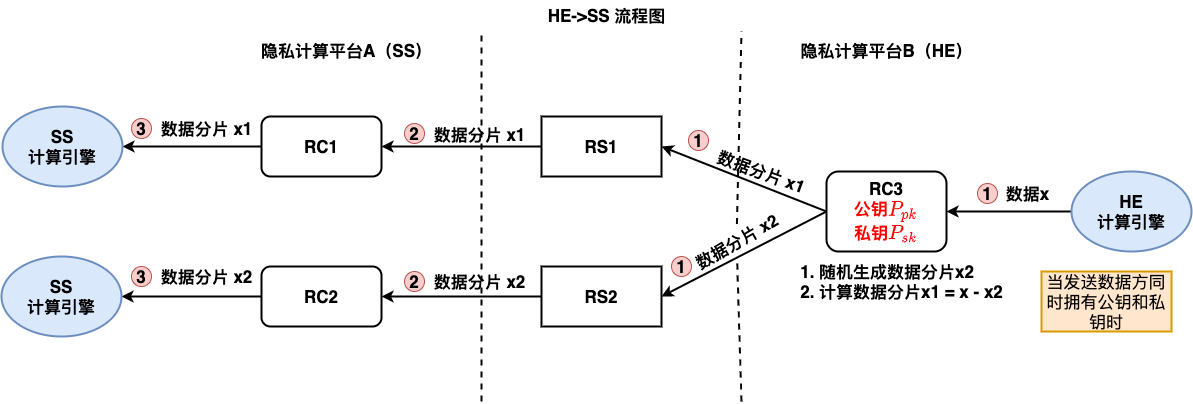
Above: secretflow/ml/linear/interconnection/img/互联互通-HE2SS-plain.png in secretflow/secretflow (draw.io), before the change. Source tidied: cells renumbered, new cells last; positions are measured from the earlier drawing's top-left corner, leaving out a move shared by most shapes.
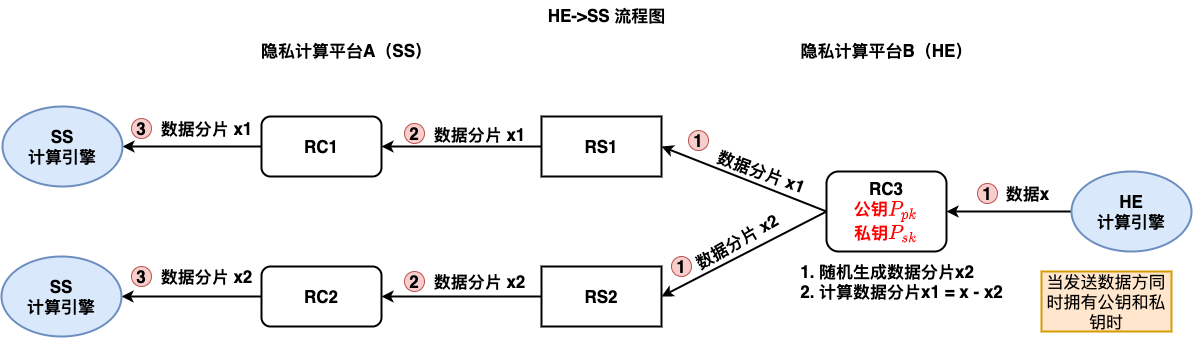
The same file after the commit.

What changed in the source:
```diff
@@ -92,33 +92,17 @@
     <mxCell id="31" value="&lt;b&gt;SS&lt;br&gt;计算引擎&lt;/b&gt;" style="ellipse;whiteSpace=wrap;html=1;fontSize=17;strokeWidth=2;fillColor=#dae8fc;strokeColor=#6c8ebf;" parent="1" vertex="1">
       <mxGeometry y="256" width="120" height="80" as="geometry" />
     </mxCell>
-    <mxCell id="32" style="endArrow=none;dashed=1;html=1;fontSize=17;strokeWidth=2;" parent="1" edge="1">
-      <mxGeometry relative="1" as="geometry">
-        <mxPoint x="480" y="401" as="sourcePoint" />
-        <mxPoint x="480" y="31" as="targetPoint" />
-      </mxGeometry>
+    <mxCell id="32" value="3" style="ellipse;whiteSpace=wrap;html=1;fontSize=17;fontStyle=1;fillColor=#f8cecc;strokeColor=#b85450;" parent="1" vertex="1">
+      <mxGeometry x="130" y="118" width="20" height="20" as="geometry" />
     </mxCell>
-    <mxCell id="33" style="endArrow=none;dashed=1;html=1;fontSize=17;strokeWidth=2;startArrow=none;" parent="1" edge="1" source="37">
-      <mxGeometry relative="1" as="geometry">
-        <mxPoint x="740" y="31" as="targetPoint" />
-      </mxGeometry>
+    <mxCell id="33" value="3" style="ellipse;whiteSpace=wrap;html=1;fontSize=17;fontStyle=1;fillColor=#f8cecc;strokeColor=#b85450;" parent="1" vertex="1">
+      <mxGeometry x="130" y="266" width="20" height="20" as="geometry" />
     </mxCell>
-    <mxCell id="34" value="3" style="ellipse;whiteSpace=wrap;html=1;fontSize=17;fontStyle=1;fillColor=#f8cecc;strokeColor=#b85450;" parent="1" vertex="1">
-      <mxGeometry x="130" y="118" width="20" height="20" as="geometry" />
+    <mxCell id="34" value="当发送数据方同时拥有公钥和私钥时" style="rounded=0;whiteSpace=wrap;html=1;fontSize=17;strokeWidth=2;fillColor=#ffe6cc;strokeColor=#d79b00;" parent="1" vertex="1">
+      <mxGeometry x="1040" y="271" width="130" height="60" as="geometry" />
     </mxCell>
-    <mxCell id="35" value="3" style="ellipse;whiteSpace=wrap;html=1;fontSize=17;fontStyle=1;fillColor=#f8cecc;strokeColor=#b85450;" parent="1" vertex="1">
-      <mxGeometry x="130" y="266" width="20" height="20" as="geometry" />
+    <mxCell id="35" value="数据分片 x2" style="text;html=1;align=center;verticalAlign=middle;strokeColor=none;fontSize=17;fontStyle=1;rotation=-30;" parent="1" vertex="1">
+      <mxGeometry x="680" y="226" width="110" height="30" as="geometry" />
     </mxCell>
-    <mxCell id="36" value="当发送数据方同时拥有公钥和私钥时" style="rounded=0;whiteSpace=wrap;html=1;fontSize=17;strokeWidth=2;fillColor=#ffe6cc;strokeColor=#d79b00;" parent="1" vertex="1">
-      <mxGeometry x="1040" y="271" width="130" height="60" as="geometry" />
-    </mxCell>
-    <mxCell id="37" value="数据分片 x2" style="text;html=1;align=center;verticalAlign=middle;points=[];strokeColor=none;fontSize=17;fontStyle=1;rotation=-30;" parent="1" vertex="1">
-      <mxGeometry x="680" y="226" width="110" height="30" as="geometry" />
-    </mxCell>
-    <mxCell id="38" style="endArrow=none;dashed=1;html=1;fontSize=17;strokeWidth=2;" parent="1" edge="1" target="37">
-      <mxGeometry relative="1" as="geometry">
-        <mxPoint x="740" y="401" as="sourcePoint" />
-      </mxGeometry>
-    </mxCell>
   </root>
 </mxGraphModel>
```
